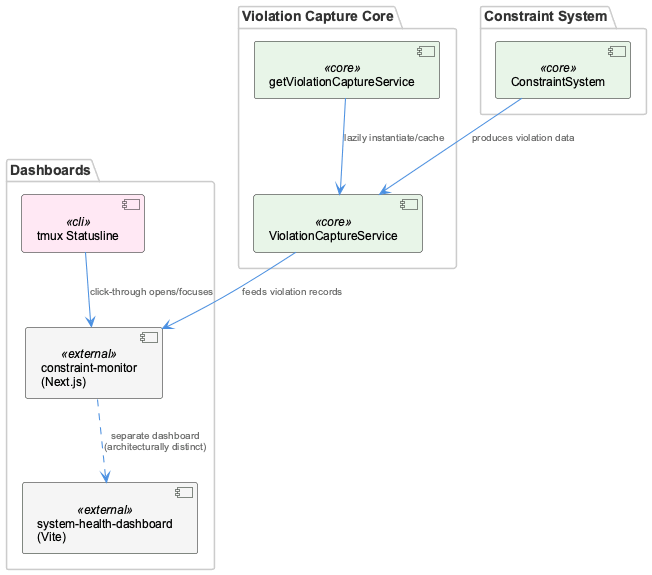
Above: knowledge-management/insights/images/violation-capture-service-architecture.png in fwornle/coding (PlantUML), before the change.
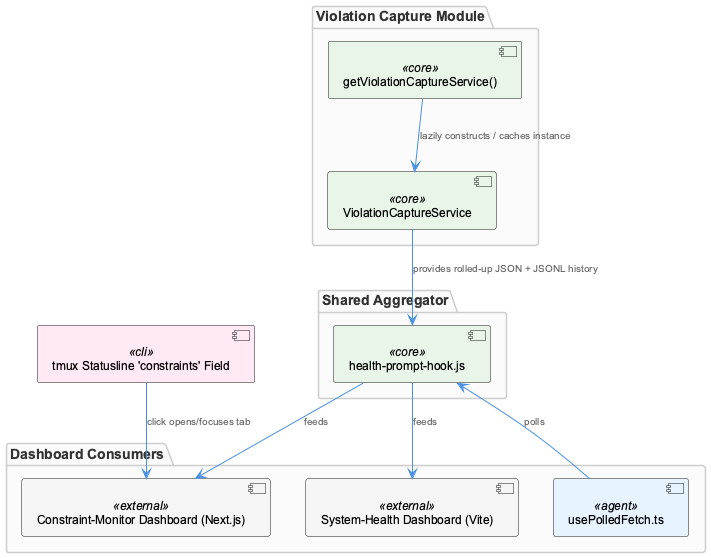
After the change.

Diff of the diagram source:
```diff
@@ -1,25 +1,28 @@
 @startuml
 !include /Users/Q284340/Agentic/coding/docs/puml/_standard-style.puml
 
-package "Violation Capture Core" {
+package "Violation Capture Module" {
   component "ViolationCaptureService" as vcs <<core>>
-  component "getViolationCaptureService" as accessor <<core>>
+  component "getViolationCaptureService()" as accessor <<core>>
 }
 
-package "Constraint System" {
-  component "ConstraintSystem" as cs <<core>>
+package "Shared Aggregator" {
+  component "health-prompt-hook.js" as aggregator <<core>>
 }
 
-package "Dashboards" {
-  component "constraint-monitor\n(Next.js)" as cm <<external>>
-  component "system-health-dashboard\n(Vite)" as shd <<external>>
-  component "tmux Statusline" as statusline <<cli>>
+package "Dashboard Consumers" {
+  component "Constraint-Monitor Dashboard (Next.js)" as nextDash <<external>>
+  component "System-Health Dashboard (Vite)" as viteDash <<external>>
+  component "usePolledFetch.ts" as poll <<agent>>
 }
 
-accessor --> vcs : "lazily instantiate/cache"
-cs --> vcs : "produces violation data"
-vcs --> cm : "feeds violation records"
-statusline --> cm : "click-through opens/focuses"
-cm ..> shd : "separate dashboard\n(architecturally distinct)"
+component "tmux Statusline 'constraints' Field" as statusline <<cli>>
+
+accessor --> vcs : "lazily constructs / caches instance"
+vcs --> aggregator : "provides rolled-up JSON + JSONL history"
+aggregator --> nextDash : "feeds"
+aggregator --> viteDash : "feeds"
+poll --> aggregator : "polls"
+statusline --> nextDash : "click opens/focuses tab"
 
 @enduml
```
